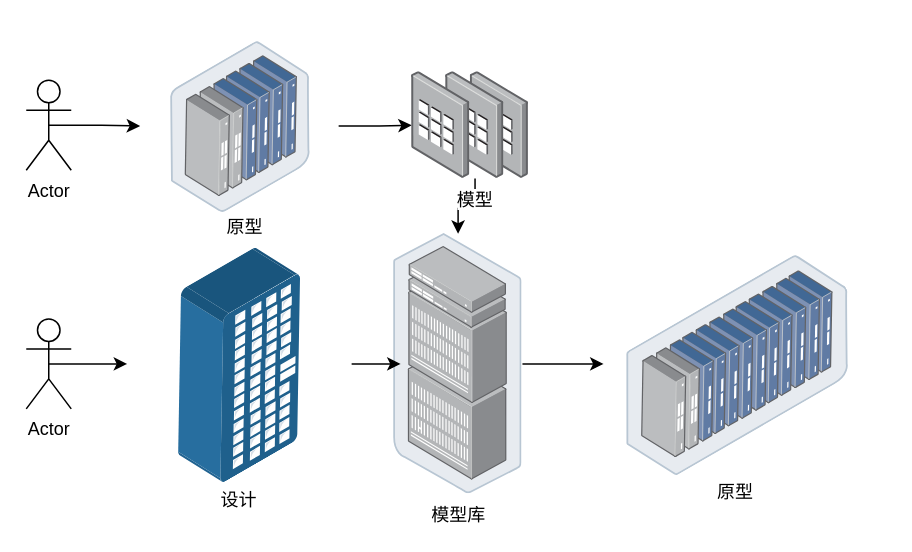
Before: 底层抽象原理.drawio in mingtian110/pc_home, a draw.io diagram. Source tidied: cells renumbered, new cells numbered last; positions are measured from the earlier drawing's top-left corner, leaving out a move shared by most shapes. Both pictures are drawn from the tidied source at 150%, with x=0, y=0 at pixel (26, 39).
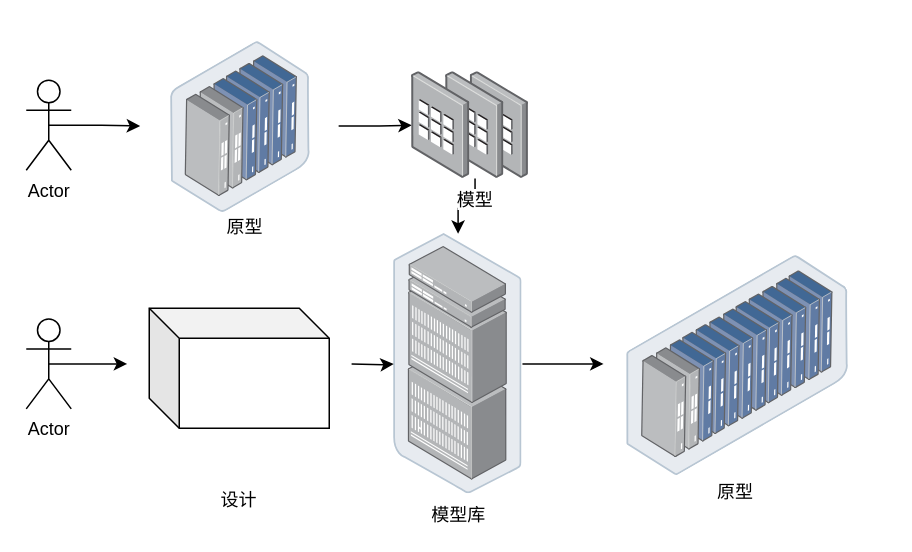
The same page after the edit.

Commit message:
Update 底层抽象原理.drawio

The change refers to these unchanged cells:
```xml
<mxCell id="6" value="模型库" style="points=[];html=1;align=center;shadow=0;dashed=0;image;image=img/lib/allied_telesis/storage/Datacenter_Server_Rack_EoR.svg;" parent="1" vertex="1">
  <mxGeometry x="245" y="129.4" width="85.8" height="173.4" as="geometry" />
</mxCell>
<mxCell id="13" value="Actor" style="shape=umlActor;verticalLabelPosition=bottom;verticalAlign=top;html=1;outlineConnect=0;" parent="1" vertex="1">
  <mxGeometry y="186.1" width="30" height="60" as="geometry" />
</mxCell>
```

Change to the diagram source:
```diff
@@
-    <mxCell id="10" style="edgeStyle=orthogonalEdgeStyle;rounded=0;jettySize=auto;html=1;" parent="1" edge="1" source="11" target="6">
-      <mxGeometry relative="1" as="geometry" />
+    <mxCell id="10" style="edgeStyle=orthogonalEdgeStyle;rounded=0;jettySize=auto;html=1;" parent="1" edge="1" target="6">
+      <mxGeometry relative="1" as="geometry">
+        <mxPoint x="216.9" y="216.1" as="sourcePoint" />
+      </mxGeometry>
     </mxCell>
-    <mxCell id="11" style="points=[];html=1;align=center;shadow=0;dashed=0;image;image=img/lib/allied_telesis/buildings/Long_Building.svg;rotation=-120;" parent="1" vertex="1">
-      <mxGeometry x="79.4" y="151.3" width="125.4" height="129.6" as="geometry" />
-    </mxCell>
-    <mxCell id="12" style="edgeStyle=orthogonalEdgeStyle;rounded=0;jettySize=auto;html=1;exitX=0.5;exitY=0.5;exitDx=0;exitDy=0;exitPerimeter=0;" parent="1" edge="1" source="13" target="11">
-      <mxGeometry relative="1" as="geometry" />
+    <mxCell id="12" style="edgeStyle=orthogonalEdgeStyle;rounded=0;jettySize=auto;html=1;exitX=0.5;exitY=0.5;exitDx=0;exitDy=0;exitPerimeter=0;" parent="1" edge="1" source="13">
+      <mxGeometry relative="1" as="geometry">
+        <mxPoint x="67.3" y="216.1" as="targetPoint" />
+      </mxGeometry>
     </mxCell>
@@
+    <mxCell id="20" style="shape=cube;whiteSpace=wrap;html=1;boundedLbl=1;backgroundOutline=1;darkOpacity=0.05;darkOpacity2=0.1;" parent="1" vertex="1">
+      <mxGeometry x="82" y="179" width="120" height="80" as="geometry" />
+    </mxCell>
```
